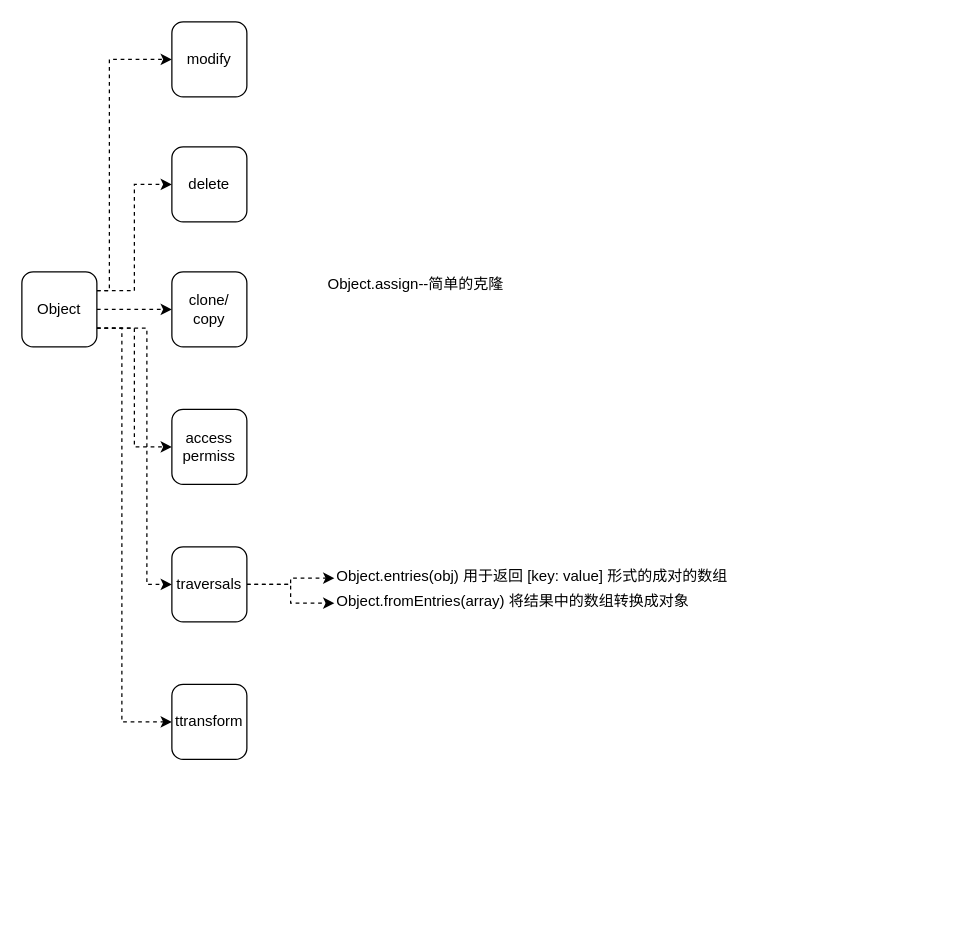
This is page "Object" (2 of 4) of background-flutter/JS难点/Func/Arr/Obj.drawio from hexipei/draw.io, a draw.io file, before an edit. Source tidied: cells renumbered, new cells numbered last; positions are measured from the earlier drawing's top-left corner, leaving out a move shared by most shapes. Both pictures are drawn from the tidied source at 125%, with x=0, y=0 at pixel (21, 21).
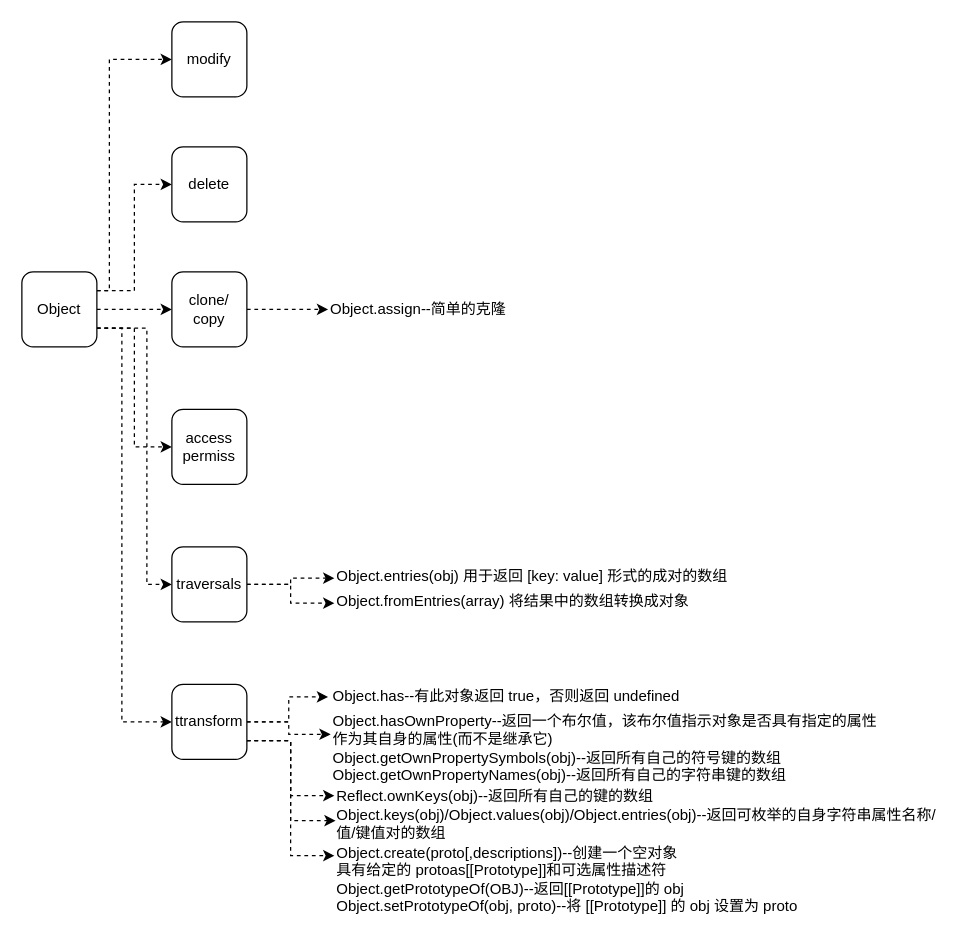
The same page after the edit.

Unchanged cells that the change refers to:
```xml
<mxCell id="10" value="clone/&lt;br&gt;copy" style="rounded=1;whiteSpace=wrap;html=1;" parent="1" vertex="1">
  <mxGeometry x="120" y="200" width="60" height="60" as="geometry" />
</mxCell>
<mxCell id="17" value="ttransform" style="rounded=1;whiteSpace=wrap;html=1;" parent="1" vertex="1">
  <mxGeometry x="120" y="530" width="60" height="60" as="geometry" />
</mxCell>
```

Change to the diagram source:
```diff
@@
+    <mxCell id="20" style="edgeStyle=orthogonalEdgeStyle;rounded=0;jettySize=auto;html=1;exitX=1;exitY=0.5;exitDx=0;exitDy=0;dashed=1;" parent="1" edge="1" source="10" target="13">
+      <mxGeometry relative="1" as="geometry" />
+    </mxCell>
@@
     <mxCell id="13" value="Object.assign--简单的克隆" style="text;html=1;points=[];align=left;verticalAlign=top;spacingTop=-4;" parent="1" vertex="1">
-      <mxGeometry x="243" y="200" width="160" height="20" as="geometry" />
+      <mxGeometry x="245" y="220" width="160" height="20" as="geometry" />
     </mxCell>
@@
+    <mxCell id="21" style="edgeStyle=orthogonalEdgeStyle;rounded=0;jettySize=auto;html=1;exitX=1;exitY=0.5;exitDx=0;exitDy=0;entryX=-0.007;entryY=0.5;entryDx=0;entryDy=0;entryPerimeter=0;dashed=1;" parent="1" edge="1" source="17" target="26">
+      <mxGeometry relative="1" as="geometry" />
+    </mxCell>
+    <mxCell id="22" style="edgeStyle=orthogonalEdgeStyle;rounded=0;jettySize=auto;html=1;exitX=1;exitY=0.5;exitDx=0;exitDy=0;entryX=0;entryY=0.333;entryDx=0;entryDy=0;entryPerimeter=0;dashed=1;" parent="1" edge="1" source="17" target="27">
+      <mxGeometry relative="1" as="geometry" />
+    </mxCell>
+    <mxCell id="23" style="edgeStyle=orthogonalEdgeStyle;rounded=0;jettySize=auto;html=1;exitX=1;exitY=0.75;exitDx=0;exitDy=0;entryX=0;entryY=0.2;entryDx=0;entryDy=0;entryPerimeter=0;dashed=1;" parent="1" edge="1" source="17" target="28">
+      <mxGeometry relative="1" as="geometry" />
+    </mxCell>
+    <mxCell id="24" style="edgeStyle=orthogonalEdgeStyle;rounded=0;jettySize=auto;html=1;exitX=1;exitY=0.75;exitDx=0;exitDy=0;entryX=0;entryY=0.45;entryDx=0;entryDy=0;entryPerimeter=0;dashed=1;" parent="1" edge="1" source="17" target="30">
+      <mxGeometry relative="1" as="geometry" />
+    </mxCell>
+    <mxCell id="25" style="edgeStyle=orthogonalEdgeStyle;rounded=0;jettySize=auto;html=1;exitX=1;exitY=0.75;exitDx=0;exitDy=0;entryX=0.002;entryY=0.467;entryDx=0;entryDy=0;entryPerimeter=0;dashed=1;" parent="1" edge="1" source="17" target="29">
+      <mxGeometry relative="1" as="geometry" />
+    </mxCell>
@@
+    <mxCell id="26" value="Object.has--有此对象返回 true，否则返回 undefined" style="text;html=1;points=[];align=left;verticalAlign=top;spacingTop=-4;" parent="1" vertex="1">
+      <mxGeometry x="247" y="530" width="290" height="20" as="geometry" />
+    </mxCell>
+    <mxCell id="27" value="Object.hasOwnProperty--返回一个布尔值，该布尔值指示对象是否具有指定的属性&lt;br&gt;作为其自身的属性(而不是继承它)&lt;br&gt;Object.getOwnPropertySymbols(obj)--返回所有自己的符号键的数组&lt;br&gt;Object.getOwnPropertyNames(obj)--返回所有自己的字符串键的数组" style="text;html=1;points=[];align=left;verticalAlign=top;spacingTop=-4;" parent="1" vertex="1">
+      <mxGeometry x="247" y="550" width="450" height="60" as="geometry" />
+    </mxCell>
+    <mxCell id="28" value="Object.create(proto[,descriptions])--创建一个空对象&lt;br&gt;具有给定的 protoas[[Prototype]]和可选属性描述符&lt;br&gt;Object.getPrototypeOf(OBJ)--返回[[Prototype]]的 obj&lt;br&gt;Object.setPrototypeOf(obj, proto)--将 [[Prototype]] 的 obj 设置为 proto" style="text;html=1;points=[];align=left;verticalAlign=top;spacingTop=-4;" parent="1" vertex="1">
+      <mxGeometry x="250" y="655" width="380" height="60" as="geometry" />
+    </mxCell>
+    <mxCell id="29" value="Object.keys(obj)/Object.values(obj)/Object.entries(obj)--返回可枚举的自身字符串属性名称/&lt;br&gt;值/键值对的数组&lt;br&gt;" style="text;html=1;points=[];align=left;verticalAlign=top;spacingTop=-4;" parent="1" vertex="1">
+      <mxGeometry x="250" y="625" width="490" height="30" as="geometry" />
+    </mxCell>
+    <mxCell id="30" value="Reflect.ownKeys(obj)--返回所有自己的键的数组" style="text;html=1;points=[];align=left;verticalAlign=top;spacingTop=-4;" parent="1" vertex="1">
+      <mxGeometry x="250" y="610" width="270" height="20" as="geometry" />
+    </mxCell>
```
